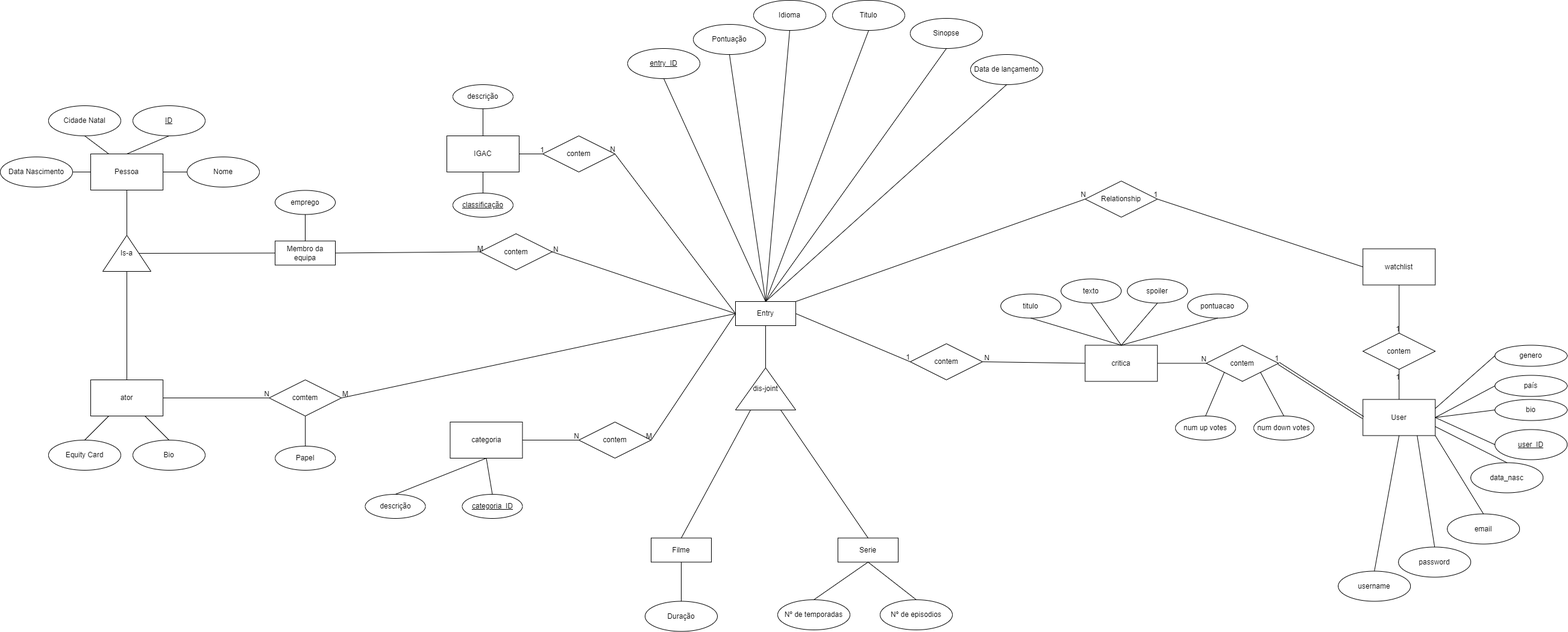
Before: esquemas/DER.png, a diagram exported from draw.io (NMPC27/bdproj). Source tidied: cells renumbered, new cells last; positions are measured from the earlier drawing's top-left corner, leaving out a move shared by most shapes.
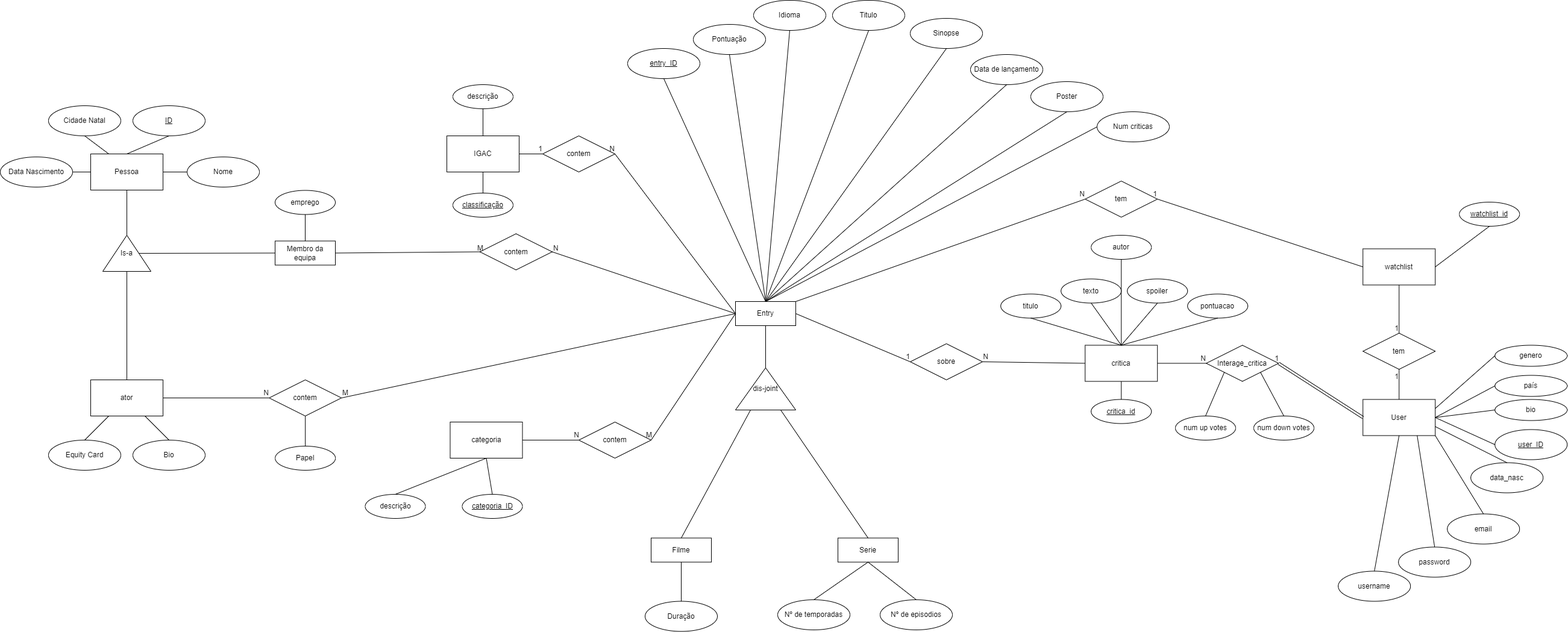
The same file after the commit.

The edit, as a diff of the source:
```diff
@@ -44,7 +44,7 @@
     <mxCell id="15" value="&lt;u&gt;entry_ID&lt;/u&gt;" style="ellipse;whiteSpace=wrap;html=1;" parent="1" vertex="1">
       <mxGeometry x="1041" y="80" width="120" height="50" as="geometry" />
     </mxCell>
-    <mxCell id="16" value="contem" style="shape=rhombus;perimeter=rhombusPerimeter;whiteSpace=wrap;html=1;align=center;" parent="1" vertex="1">
+    <mxCell id="16" value="Interage_critica" style="shape=rhombus;perimeter=rhombusPerimeter;whiteSpace=wrap;html=1;align=center;" parent="1" vertex="1">
       <mxGeometry x="2001.2" y="572.5" width="120" height="60" as="geometry" />
     </mxCell>
     <mxCell id="17" value="texto" style="ellipse;whiteSpace=wrap;html=1;align=center;" parent="1" vertex="1">
@@ -65,7 +65,7 @@
     <mxCell id="22" value="Nome" style="ellipse;whiteSpace=wrap;html=1;" parent="1" vertex="1">
       <mxGeometry x="310" y="260" width="120" height="50" as="geometry" />
     </mxCell>
-    <mxCell id="23" value="contem" style="shape=rhombus;perimeter=rhombusPerimeter;whiteSpace=wrap;html=1;align=center;" parent="1" vertex="1">
+    <mxCell id="23" value="sobre" style="shape=rhombus;perimeter=rhombusPerimeter;whiteSpace=wrap;html=1;align=center;" parent="1" vertex="1">
       <mxGeometry x="1510" y="570" width="120" height="60" as="geometry" />
     </mxCell>
     <mxCell id="24" style="endArrow=none;html=1;rounded=0;entryX=1;entryY=0.5;entryDx=0;entryDy=0;exitX=0;exitY=0.5;exitDx=0;exitDy=0;" parent="1" edge="1" source="5" target="23">
@@ -103,7 +103,7 @@
     <mxCell id="34" style="endArrow=none;html=1;rounded=0;exitX=0;exitY=0.5;exitDx=0;exitDy=0;entryX=1;entryY=0.5;entryDx=0;entryDy=0;" parent="1" edge="1" source="33" target="2">
       <mxGeometry relative="1" as="geometry" />
     </mxCell>
-    <mxCell id="35" value="contem" style="shape=rhombus;perimeter=rhombusPerimeter;whiteSpace=wrap;html=1;align=center;" parent="1" vertex="1">
+    <mxCell id="35" value="tem" style="shape=rhombus;perimeter=rhombusPerimeter;whiteSpace=wrap;html=1;align=center;" parent="1" vertex="1">
       <mxGeometry x="2261.2" y="552.5" width="120" height="60" as="geometry" />
     </mxCell>
     <mxCell id="36" style="endArrow=none;html=1;rounded=0;exitX=0.5;exitY=0;exitDx=0;exitDy=0;entryX=0.5;entryY=1;entryDx=0;entryDy=0;" parent="1" edge="1" source="2" target="35">
@@ -170,7 +170,7 @@
     <mxCell id="55" style="endArrow=none;html=1;rounded=0;entryX=1;entryY=0.5;entryDx=0;entryDy=0;exitX=0.5;exitY=1;exitDx=0;exitDy=0;" parent="1" edge="1" source="50" target="53">
       <mxGeometry relative="1" as="geometry" />
     </mxCell>
-    <mxCell id="56" value="comtem" style="shape=rhombus;perimeter=rhombusPerimeter;whiteSpace=wrap;html=1;align=center;" parent="1" vertex="1">
+    <mxCell id="56" value="contem" style="shape=rhombus;perimeter=rhombusPerimeter;whiteSpace=wrap;html=1;align=center;" parent="1" vertex="1">
       <mxGeometry x="446.1" y="630" width="120" height="60" as="geometry" />
     </mxCell>
     <mxCell id="57" value="Titulo" style="ellipse;whiteSpace=wrap;html=1;" parent="1" vertex="1">
@@ -353,7 +353,7 @@
     <mxCell id="114" value="N" style="html=1;align=right;verticalAlign=bottom;" parent="113" vertex="1">
       <mxGeometry x="1" relative="1" as="geometry" />
     </mxCell>
-    <mxCell id="115" value="Relationship" style="shape=rhombus;perimeter=rhombusPerimeter;whiteSpace=wrap;html=1;align=center;" parent="1" vertex="1">
+    <mxCell id="115" value="tem" style="shape=rhombus;perimeter=rhombusPerimeter;whiteSpace=wrap;html=1;align=center;" parent="1" vertex="1">
       <mxGeometry x="1800.2" y="300" width="120" height="60" as="geometry" />
     </mxCell>
     <mxCell id="116" style="endArrow=none;html=1;rounded=0;entryX=1;entryY=0.5;entryDx=0;entryDy=0;exitX=0;exitY=0.5;exitDx=0;exitDy=0;" parent="1" edge="1" source="6" target="115">
@@ -401,5 +401,35 @@
     <mxCell id="130" style="endArrow=none;html=1;rounded=0;entryX=0.5;entryY=1;entryDx=0;entryDy=0;exitX=0.5;exitY=0;exitDx=0;exitDy=0;" parent="1" edge="1" source="88" target="58">
       <mxGeometry relative="1" as="geometry" />
     </mxCell>
+    <mxCell id="131" value="&lt;u&gt;critica_id&lt;/u&gt;" style="ellipse;whiteSpace=wrap;html=1;align=center;" parent="1" vertex="1">
+      <mxGeometry x="1810.2" y="662.5" width="100" height="40" as="geometry" />
+    </mxCell>
+    <mxCell id="132" style="endArrow=none;html=1;rounded=0;exitX=0.5;exitY=0;exitDx=0;exitDy=0;entryX=0.5;entryY=1;entryDx=0;entryDy=0;" parent="1" edge="1" source="131" target="5">
+      <mxGeometry relative="1" as="geometry" />
+    </mxCell>
+    <mxCell id="133" value="&lt;u&gt;watchlist_id&lt;/u&gt;" style="ellipse;whiteSpace=wrap;html=1;align=center;" parent="1" vertex="1">
+      <mxGeometry x="2421.2" y="335" width="100" height="40" as="geometry" />
+    </mxCell>
+    <mxCell id="134" style="endArrow=none;html=1;rounded=0;exitX=1;exitY=0.5;exitDx=0;exitDy=0;entryX=0.5;entryY=1;entryDx=0;entryDy=0;" parent="1" edge="1" source="6" target="133">
+      <mxGeometry relative="1" as="geometry" />
+    </mxCell>
+    <mxCell id="135" value="Poster" style="ellipse;whiteSpace=wrap;html=1;" parent="1" vertex="1">
+      <mxGeometry x="1710" y="135" width="120" height="50" as="geometry" />
+    </mxCell>
+    <mxCell id="136" style="endArrow=none;html=1;rounded=0;entryX=0.5;entryY=1;entryDx=0;entryDy=0;exitX=0.5;exitY=0;exitDx=0;exitDy=0;" parent="1" edge="1" source="88" target="135">
+      <mxGeometry relative="1" as="geometry" />
+    </mxCell>
+    <mxCell id="137" value="autor" style="ellipse;whiteSpace=wrap;html=1;align=center;" parent="1" vertex="1">
+      <mxGeometry x="1810.2" y="390" width="100" height="40" as="geometry" />
+    </mxCell>
+    <mxCell id="138" style="endArrow=none;html=1;rounded=0;entryX=0.5;entryY=1;entryDx=0;entryDy=0;exitX=0.5;exitY=0;exitDx=0;exitDy=0;" parent="1" edge="1" source="5" target="137">
+      <mxGeometry relative="1" as="geometry" />
+    </mxCell>
+    <mxCell id="139" value="Num criticas" style="ellipse;whiteSpace=wrap;html=1;" parent="1" vertex="1">
+      <mxGeometry x="1820" y="185" width="120" height="50" as="geometry" />
+    </mxCell>
+    <mxCell id="140" style="endArrow=none;html=1;rounded=0;entryX=0;entryY=0.5;entryDx=0;entryDy=0;exitX=0.5;exitY=0;exitDx=0;exitDy=0;" parent="1" edge="1" source="88" target="139">
+      <mxGeometry relative="1" as="geometry" />
+    </mxCell>
   </root>
 </mxGraphModel>
```
